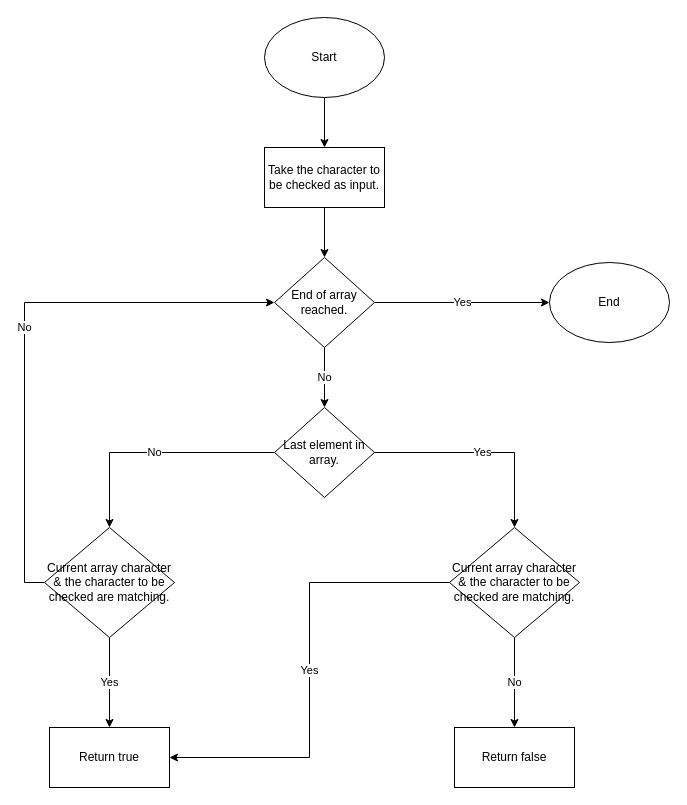
Gourav-334/Tosbit keeps this draw.io diagram as 4) Flowcharts/6) utitlity_box - Check character existence in array.drawio. Above is the earlier version. Source tidied: cells renumbered, new cells numbered last; positions are measured from the earlier drawing's top-left corner, leaving out a move shared by most shapes. Both pictures are drawn from the tidied source at 100%, with x=0, y=0 at pixel (44, 17).
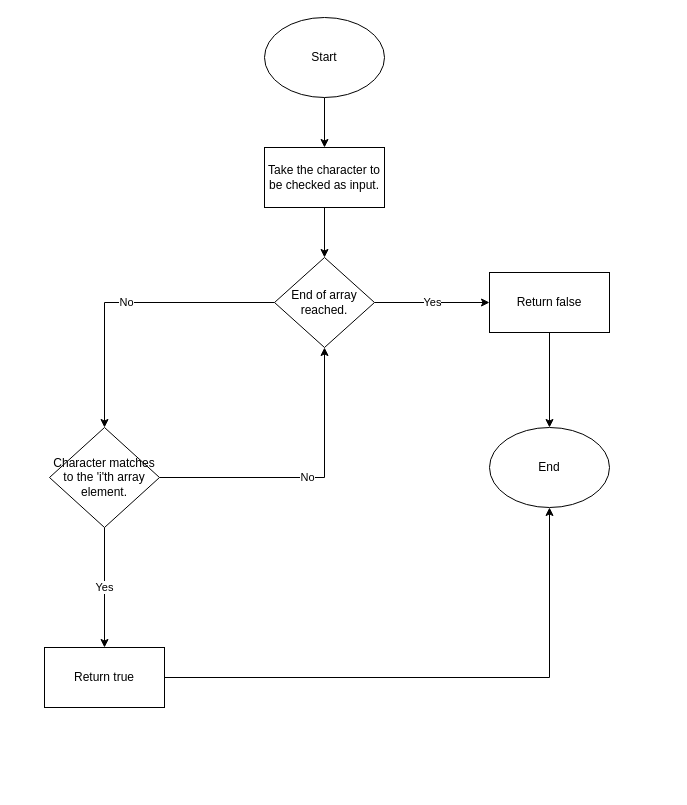
The same page after the edit.

The change refers to these unchanged cells:
```xml
<mxCell id="8" value="End of array reached." style="rhombus;whiteSpace=wrap;html=1;" parent="1" vertex="1">
  <mxGeometry x="230" y="240" width="100" height="90" as="geometry" />
</mxCell>
```

Diff of the diagram source:
```diff
@@
-    <mxCell id="6" value="No" style="edgeStyle=orthogonalEdgeStyle;rounded=0;jettySize=auto;html=1;exitX=0.5;exitY=1;exitDx=0;exitDy=0;entryX=0.5;entryY=0;entryDx=0;entryDy=0;" parent="1" edge="1" source="8" target="15">
-      <mxGeometry relative="1" as="geometry" />
-    </mxCell>
+    <mxCell id="13" value="No" style="edgeStyle=orthogonalEdgeStyle;rounded=0;jettySize=auto;html=1;exitX=0;exitY=0.5;exitDx=0;exitDy=0;entryX=0.5;entryY=0;entryDx=0;entryDy=0;" parent="1" edge="1" source="8" target="22">
+      <mxGeometry relative="1" as="geometry" />
+    </mxCell>
-    <mxCell id="7" value="Yes" style="edgeStyle=orthogonalEdgeStyle;rounded=0;jettySize=auto;html=1;exitX=1;exitY=0.5;exitDx=0;exitDy=0;entryX=0;entryY=0.5;entryDx=0;entryDy=0;" parent="1" edge="1" source="8" target="20">
+    <mxCell id="7" value="Yes" style="edgeStyle=orthogonalEdgeStyle;rounded=0;jettySize=auto;html=1;exitX=1;exitY=0.5;exitDx=0;exitDy=0;entryX=0;entryY=0.5;entryDx=0;entryDy=0;" parent="1" edge="1" source="8" target="19">
       <mxGeometry relative="1" as="geometry" />
     </mxCell>
@@
-    <mxCell id="9" value="Yes" style="edgeStyle=orthogonalEdgeStyle;rounded=0;jettySize=auto;html=1;exitX=0.5;exitY=1;exitDx=0;exitDy=0;entryX=0.5;entryY=0;entryDx=0;entryDy=0;" parent="1" edge="1" source="11" target="12">
+    <mxCell id="9" value="Yes" style="edgeStyle=orthogonalEdgeStyle;rounded=0;jettySize=auto;html=1;exitX=0.5;exitY=1;exitDx=0;exitDy=0;entryX=0.5;entryY=0;entryDx=0;entryDy=0;" parent="1" edge="1" source="22" target="12">
       <mxGeometry relative="1" as="geometry" />
     </mxCell>
-    <mxCell id="10" value="No" style="edgeStyle=orthogonalEdgeStyle;rounded=0;jettySize=auto;html=1;exitX=0;exitY=0.5;exitDx=0;exitDy=0;entryX=0;entryY=0.5;entryDx=0;entryDy=0;" parent="1" edge="1" source="11" target="8">
-      <mxGeometry relative="1" as="geometry" />
-    </mxCell>
-    <mxCell id="11" value="Current array character &amp;amp; the character to be checked are matching." style="rhombus;whiteSpace=wrap;html=1;" parent="1" vertex="1">
-      <mxGeometry y="510" width="130" height="110" as="geometry" />
-    </mxCell>
+    <mxCell id="21" value="No" style="edgeStyle=orthogonalEdgeStyle;rounded=0;jettySize=auto;html=1;exitX=1;exitY=0.5;exitDx=0;exitDy=0;entryX=0.5;entryY=1;entryDx=0;entryDy=0;" parent="1" edge="1" source="22" target="8">
+      <mxGeometry relative="1" as="geometry" />
+    </mxCell>
+    <mxCell id="22" value="Character matches to the 'i'th array element." style="rhombus;whiteSpace=wrap;html=1;" parent="1" vertex="1">
+      <mxGeometry x="5" y="410" width="110" height="100" as="geometry" />
+    </mxCell>
+    <mxCell id="23" style="edgeStyle=orthogonalEdgeStyle;rounded=0;jettySize=auto;html=1;exitX=1;exitY=0.5;exitDx=0;exitDy=0;entryX=0.5;entryY=1;entryDx=0;entryDy=0;" parent="1" edge="1" source="12" target="20">
+      <mxGeometry relative="1" as="geometry" />
+    </mxCell>
     <mxCell id="12" value="Return true" style="rounded=0;whiteSpace=wrap;html=1;" parent="1" vertex="1">
-      <mxGeometry x="5" y="710" width="120" height="60" as="geometry" />
+      <mxGeometry y="630" width="120" height="60" as="geometry" />
     </mxCell>
-    <mxCell id="13" value="No" style="edgeStyle=orthogonalEdgeStyle;rounded=0;jettySize=auto;html=1;exitX=0;exitY=0.5;exitDx=0;exitDy=0;entryX=0.5;entryY=0;entryDx=0;entryDy=0;" parent="1" edge="1" source="15" target="11">
-      <mxGeometry relative="1" as="geometry" />
-    </mxCell>
-    <mxCell id="14" value="Yes" style="edgeStyle=orthogonalEdgeStyle;rounded=0;jettySize=auto;html=1;exitX=1;exitY=0.5;exitDx=0;exitDy=0;entryX=0.5;entryY=0;entryDx=0;entryDy=0;" parent="1" edge="1" source="15" target="18">
-      <mxGeometry relative="1" as="geometry" />
-    </mxCell>
-    <mxCell id="15" value="Last element in array." style="rhombus;whiteSpace=wrap;html=1;" parent="1" vertex="1">
-      <mxGeometry x="230" y="390" width="100" height="90" as="geometry" />
-    </mxCell>
-    <mxCell id="16" value="No" style="edgeStyle=orthogonalEdgeStyle;rounded=0;jettySize=auto;html=1;exitX=0.5;exitY=1;exitDx=0;exitDy=0;entryX=0.5;entryY=0;entryDx=0;entryDy=0;" parent="1" edge="1" source="18" target="19">
-      <mxGeometry relative="1" as="geometry" />
-    </mxCell>
-    <mxCell id="17" value="Yes" style="edgeStyle=orthogonalEdgeStyle;rounded=0;jettySize=auto;html=1;exitX=0;exitY=0.5;exitDx=0;exitDy=0;entryX=1;entryY=0.5;entryDx=0;entryDy=0;" parent="1" edge="1" source="18" target="12">
-      <mxGeometry relative="1" as="geometry" />
-    </mxCell>
-    <mxCell id="18" value="Current array character &amp;amp; the character to be checked are matching." style="rhombus;whiteSpace=wrap;html=1;" parent="1" vertex="1">
-      <mxGeometry x="405" y="510" width="130" height="110" as="geometry" />
-    </mxCell>
+    <mxCell id="24" style="edgeStyle=orthogonalEdgeStyle;rounded=0;jettySize=auto;html=1;exitX=0.5;exitY=1;exitDx=0;exitDy=0;entryX=0.5;entryY=0;entryDx=0;entryDy=0;" parent="1" edge="1" source="19" target="20">
+      <mxGeometry relative="1" as="geometry" />
+    </mxCell>
     <mxCell id="19" value="Return false" style="rounded=0;whiteSpace=wrap;html=1;" parent="1" vertex="1">
-      <mxGeometry x="410" y="710" width="120" height="60" as="geometry" />
+      <mxGeometry x="445" y="255" width="120" height="60" as="geometry" />
     </mxCell>
     <mxCell id="20" value="End" style="ellipse;whiteSpace=wrap;html=1;" parent="1" vertex="1">
-      <mxGeometry x="505" y="245" width="120" height="80" as="geometry" />
+      <mxGeometry x="445" y="410" width="120" height="80" as="geometry" />
     </mxCell>
```
